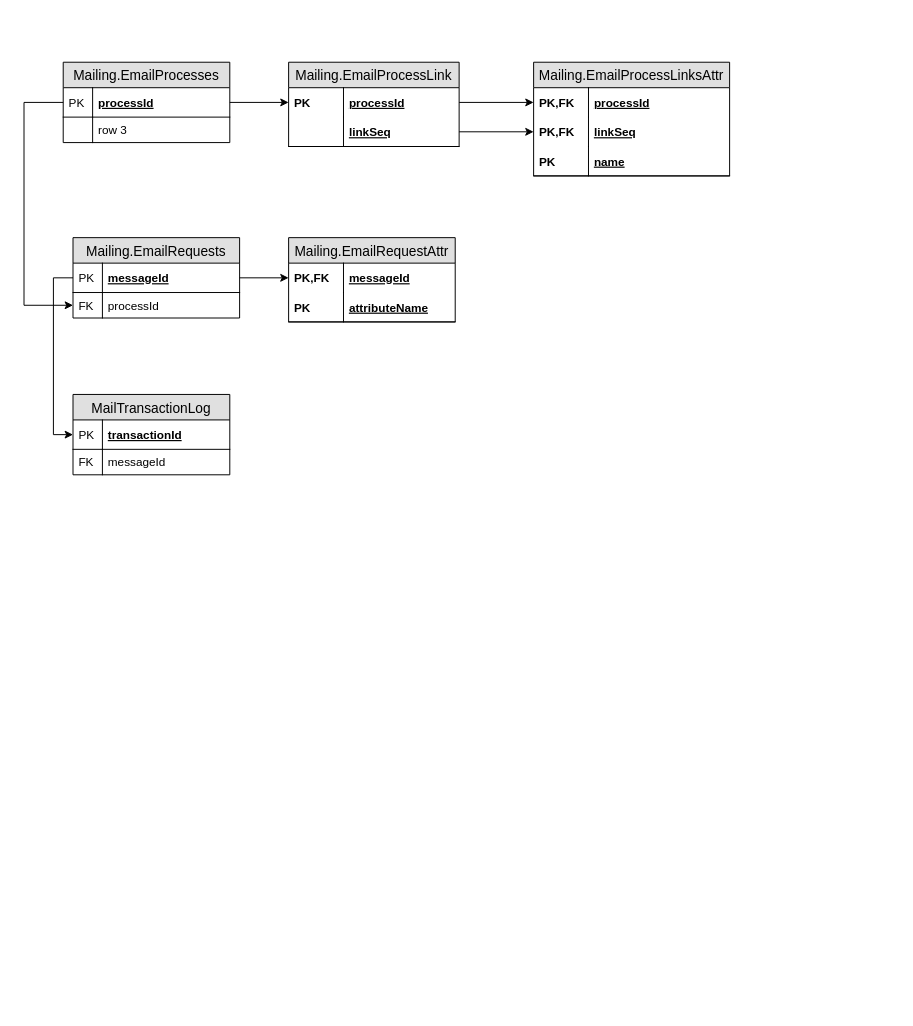
Earlier version of the draw.io diagram Untitled Diagram.drawio (eyallit/draw.io). Source tidied: cells renumbered, new cells numbered last; positions are measured from the earlier drawing's top-left corner, leaving out a move shared by most shapes. Both pictures are drawn from the tidied source at 98%, with x=0, y=0 at pixel (24, 62).
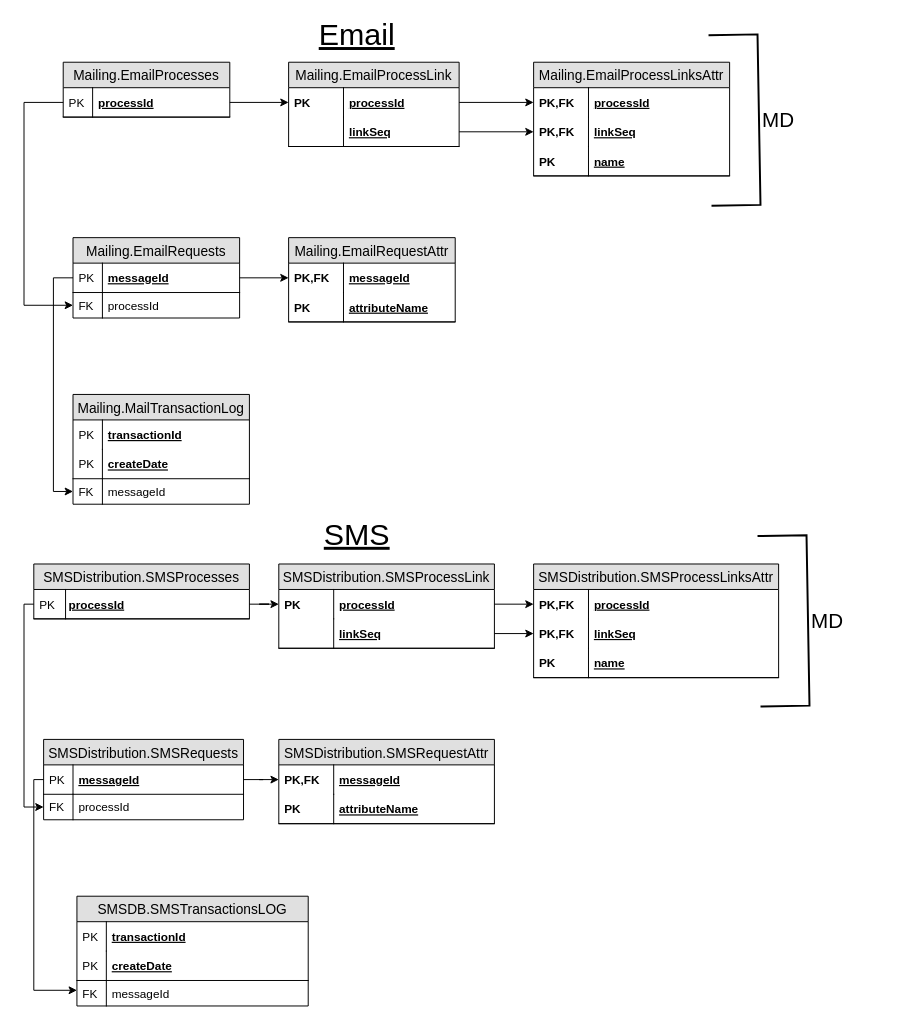
The same diagram, later.

Unchanged cells that the change refers to:
```xml
<mxCell id="23" value="messageId" style="shape=partialRectangle;top=0;left=0;right=0;bottom=1;align=left;verticalAlign=middle;fillColor=none;spacingLeft=34;spacingRight=4;overflow=hidden;points=[[0,0.5],[1,0.5]];portConstraint=eastwest;fontStyle=5;fontSize=12;" parent="22" vertex="1">
  <mxGeometry y="26" width="170" height="30" as="geometry" />
</mxCell>
```

Diff of the diagram source:
```diff
@@
     <mxCell id="2" value="Mailing.EmailProcesses" style="swimlane;fontStyle=0;horizontal=1;startSize=26;fillColor=#e0e0e0;swimlaneFillColor=#ffffff;align=center;fontSize=14;" parent="1" vertex="1">
-      <mxGeometry x="40" width="170" height="82" as="geometry" />
+      <mxGeometry x="40" width="170" height="56" as="geometry" />
     </mxCell>
@@
-    <mxCell id="5" value="row 3" style="shape=partialRectangle;top=0;left=0;right=0;bottom=0;align=left;verticalAlign=top;fillColor=none;spacingLeft=34;spacingRight=4;overflow=hidden;fontSize=12;" parent="2" vertex="1">
-      <mxGeometry y="56" width="170" height="26" as="geometry" />
-    </mxCell>
-    <mxCell id="6" style="shape=partialRectangle;top=0;left=0;bottom=0;fillColor=none;align=left;verticalAlign=top;spacingLeft=4;spacingRight=4;overflow=hidden;fontSize=12;" parent="5" vertex="1">
-      <mxGeometry width="30" height="26" as="geometry" />
-    </mxCell>
@@
-    <mxCell id="34" value="MailTransactionLog" style="swimlane;fontStyle=0;horizontal=1;startSize=26;fillColor=#e0e0e0;swimlaneFillColor=#ffffff;align=center;fontSize=14;" parent="1" vertex="1">
-      <mxGeometry x="50" y="339" width="160" height="82" as="geometry" />
+    <mxCell id="34" value="Mailing.MailTransactionLog" style="swimlane;fontStyle=0;horizontal=1;startSize=26;fillColor=#e0e0e0;swimlaneFillColor=#ffffff;align=center;fontSize=14;" parent="1" vertex="1">
+      <mxGeometry x="50" y="339" width="180" height="112" as="geometry" />
     </mxCell>
-    <mxCell id="35" value="transactionId" style="shape=partialRectangle;top=0;left=0;right=0;bottom=1;align=left;verticalAlign=middle;fillColor=none;spacingLeft=34;spacingRight=4;overflow=hidden;points=[[0,0.5],[1,0.5]];portConstraint=eastwest;fontStyle=5;fontSize=12;" parent="34" vertex="1">
-      <mxGeometry y="26" width="160" height="30" as="geometry" />
+    <mxCell id="35" value="transactionId" style="shape=partialRectangle;top=0;left=0;right=0;bottom=1;align=left;verticalAlign=middle;fillColor=none;spacingLeft=34;spacingRight=4;overflow=hidden;points=[[0,0.5],[1,0.5]];portConstraint=eastwest;fontStyle=5;fontSize=12;strokeColor=none;" parent="34" vertex="1">
+      <mxGeometry y="26" width="180" height="30" as="geometry" />
     </mxCell>
@@
+    <mxCell id="40" value="createDate" style="shape=partialRectangle;top=0;left=0;right=0;bottom=1;align=left;verticalAlign=middle;fillColor=none;spacingLeft=34;spacingRight=4;overflow=hidden;fontStyle=5;fontSize=12;" parent="34" vertex="1">
+      <mxGeometry y="56" width="180" height="30" as="geometry" />
+    </mxCell>
+    <mxCell id="41" value="PK" style="shape=partialRectangle;top=0;left=0;bottom=0;fillColor=none;align=left;verticalAlign=middle;spacingLeft=4;spacingRight=4;overflow=hidden;fontSize=12;" parent="40" vertex="1">
+      <mxGeometry width="30" height="30" as="geometry" />
+    </mxCell>
     <mxCell id="37" value="messageId" style="shape=partialRectangle;top=0;left=0;right=0;bottom=0;align=left;verticalAlign=top;fillColor=none;spacingLeft=34;spacingRight=4;overflow=hidden;points=[[0,0.5],[1,0.5]];portConstraint=eastwest;fontSize=12;" parent="34" vertex="1">
-      <mxGeometry y="56" width="160" height="26" as="geometry" />
+      <mxGeometry y="86" width="180" height="26" as="geometry" />
     </mxCell>
@@
-    <mxCell id="39" style="edgeStyle=orthogonalEdgeStyle;rounded=0;jettySize=auto;html=1;entryX=0;entryY=0.5;entryDx=0;entryDy=0;" parent="1" edge="1" source="23" target="35">
-      <mxGeometry relative="1" as="geometry" />
+    <mxCell id="39" style="edgeStyle=orthogonalEdgeStyle;rounded=0;jettySize=auto;html=1;entryX=0;entryY=0.5;entryDx=0;entryDy=0;exitX=0;exitY=0.5;exitDx=0;exitDy=0;" parent="1" edge="1" source="23" target="37">
+      <mxGeometry relative="1" as="geometry">
+        <Array as="points">
+          <mxPoint x="30" y="220" />
+          <mxPoint x="30" y="438" />
+        </Array>
+      </mxGeometry>
     </mxCell>
+    <mxCell id="42" value="SMSDistribution.SMSProcesses" style="swimlane;fontStyle=0;horizontal=1;startSize=26;fillColor=#e0e0e0;swimlaneFillColor=#ffffff;align=center;fontSize=14;" parent="1" vertex="1">
+      <mxGeometry x="10" y="512" width="220" height="56" as="geometry" />
+    </mxCell>
+    <mxCell id="43" value="processId" style="shape=partialRectangle;top=0;left=0;right=0;bottom=1;align=left;verticalAlign=middle;fillColor=none;spacingLeft=34;spacingRight=4;overflow=hidden;points=[[0,0.5],[1,0.5]];portConstraint=eastwest;fontStyle=5;fontSize=12;" parent="42" vertex="1">
+      <mxGeometry y="26" width="220" height="30" as="geometry" />
+    </mxCell>
+    <mxCell id="44" value="PK" style="shape=partialRectangle;top=0;left=0;bottom=0;fillColor=none;align=left;verticalAlign=middle;spacingLeft=4;spacingRight=4;overflow=hidden;fontSize=12;" parent="43" vertex="1">
+      <mxGeometry width="32.4" height="30" as="geometry" />
+    </mxCell>
+    <mxCell id="45" value="SMSDistribution.SMSProcessLink" style="swimlane;fontStyle=0;horizontal=1;startSize=26;fillColor=#e0e0e0;swimlaneFillColor=#ffffff;align=center;fontSize=14;" parent="1" vertex="1">
+      <mxGeometry x="260" y="512" width="220" height="86" as="geometry" />
+    </mxCell>
+    <mxCell id="46" value="processId" style="shape=partialRectangle;top=0;left=0;right=0;bottom=0;align=left;verticalAlign=middle;fillColor=none;spacingLeft=60;spacingRight=4;overflow=hidden;points=[[0,0.5],[1,0.5]];portConstraint=eastwest;fontStyle=5;fontSize=12;" parent="45" vertex="1">
+      <mxGeometry y="26" width="220" height="30" as="geometry" />
+    </mxCell>
+    <mxCell id="47" value="PK" style="shape=partialRectangle;fontStyle=1;top=0;left=0;bottom=0;fillColor=none;align=left;verticalAlign=middle;spacingLeft=4;spacingRight=4;overflow=hidden;fontSize=12;" parent="46" vertex="1">
+      <mxGeometry width="56" height="30" as="geometry" />
+    </mxCell>
+    <mxCell id="48" value="linkSeq" style="shape=partialRectangle;top=0;left=0;right=0;bottom=1;align=left;verticalAlign=middle;fillColor=none;spacingLeft=60;spacingRight=4;overflow=hidden;points=[[0,0.5],[1,0.5]];portConstraint=eastwest;fontStyle=5;fontSize=12;" parent="45" vertex="1">
+      <mxGeometry y="56" width="220" height="30" as="geometry" />
+    </mxCell>
+    <mxCell id="49" style="shape=partialRectangle;fontStyle=1;top=0;left=0;bottom=0;fillColor=none;align=left;verticalAlign=middle;spacingLeft=4;spacingRight=4;overflow=hidden;fontSize=12;" parent="48" vertex="1">
+      <mxGeometry width="56" height="30" as="geometry" />
+    </mxCell>
+    <mxCell id="50" style="edgeStyle=orthogonalEdgeStyle;rounded=0;jettySize=auto;html=1;" parent="1" edge="1" source="43" target="46">
+      <mxGeometry relative="1" as="geometry" />
+    </mxCell>
+    <mxCell id="51" value="SMSDistribution.SMSProcessLinksAttr" style="swimlane;fontStyle=0;horizontal=1;startSize=26;fillColor=#e0e0e0;swimlaneFillColor=#ffffff;align=center;fontSize=14;" parent="1" vertex="1">
+      <mxGeometry x="520" y="512" width="250" height="116" as="geometry" />
+    </mxCell>
+    <mxCell id="52" value="processId" style="shape=partialRectangle;top=0;left=0;right=0;bottom=0;align=left;verticalAlign=middle;fillColor=none;spacingLeft=60;spacingRight=4;overflow=hidden;points=[[0,0.5],[1,0.5]];portConstraint=eastwest;fontStyle=5;fontSize=12;" parent="51" vertex="1">
+      <mxGeometry y="26" width="250" height="30" as="geometry" />
+    </mxCell>
+    <mxCell id="53" value="PK,FK" style="shape=partialRectangle;fontStyle=1;top=0;left=0;bottom=0;fillColor=none;align=left;verticalAlign=middle;spacingLeft=4;spacingRight=4;overflow=hidden;fontSize=12;" parent="52" vertex="1">
+      <mxGeometry width="56" height="30" as="geometry" />
+    </mxCell>
+    <mxCell id="54" value="linkSeq" style="shape=partialRectangle;top=0;left=0;right=0;bottom=1;align=left;verticalAlign=middle;fillColor=none;spacingLeft=60;spacingRight=4;overflow=hidden;points=[[0,0.5],[1,0.5]];portConstraint=eastwest;fontStyle=5;fontSize=12;strokeColor=none;" parent="51" vertex="1">
+      <mxGeometry y="56" width="250" height="30" as="geometry" />
+    </mxCell>
+    <mxCell id="55" value="PK,FK" style="shape=partialRectangle;fontStyle=1;top=0;left=0;bottom=0;fillColor=none;align=left;verticalAlign=middle;spacingLeft=4;spacingRight=4;overflow=hidden;fontSize=12;" parent="54" vertex="1">
+      <mxGeometry width="56" height="30" as="geometry" />
+    </mxCell>
+    <mxCell id="56" value="name" style="shape=partialRectangle;top=0;left=0;right=0;bottom=1;align=left;verticalAlign=middle;fillColor=none;spacingLeft=60;spacingRight=4;overflow=hidden;fontStyle=5;fontSize=12;strokeColor=#000000;" parent="51" vertex="1">
+      <mxGeometry y="86" width="250" height="30" as="geometry" />
+    </mxCell>
+    <mxCell id="57" value="PK" style="shape=partialRectangle;fontStyle=1;top=0;left=0;bottom=0;fillColor=none;align=left;verticalAlign=middle;spacingLeft=4;spacingRight=4;overflow=hidden;fontSize=12;" parent="56" vertex="1">
+      <mxGeometry width="56" height="30" as="geometry" />
+    </mxCell>
+    <mxCell id="58" style="edgeStyle=orthogonalEdgeStyle;rounded=0;jettySize=auto;html=1;" parent="1" edge="1" source="46" target="52">
+      <mxGeometry relative="1" as="geometry" />
+    </mxCell>
+    <mxCell id="59" style="edgeStyle=orthogonalEdgeStyle;rounded=0;jettySize=auto;html=1;" parent="1" edge="1" source="48" target="54">
+      <mxGeometry relative="1" as="geometry" />
+    </mxCell>
+    <mxCell id="60" value="SMSDistribution.SMSRequests" style="swimlane;fontStyle=0;horizontal=1;startSize=26;fillColor=#e0e0e0;swimlaneFillColor=#ffffff;align=center;fontSize=14;strokeColor=#000000;" parent="1" vertex="1">
+      <mxGeometry x="20" y="691" width="204" height="82" as="geometry" />
+    </mxCell>
+    <mxCell id="61" value="messageId" style="shape=partialRectangle;top=0;left=0;right=0;bottom=1;align=left;verticalAlign=middle;fillColor=none;spacingLeft=34;spacingRight=4;overflow=hidden;points=[[0,0.5],[1,0.5]];portConstraint=eastwest;fontStyle=5;fontSize=12;" parent="60" vertex="1">
+      <mxGeometry y="26" width="204" height="30" as="geometry" />
+    </mxCell>
+    <mxCell id="62" value="PK" style="shape=partialRectangle;top=0;left=0;bottom=0;fillColor=none;align=left;verticalAlign=middle;spacingLeft=4;spacingRight=4;overflow=hidden;fontSize=12;" parent="61" vertex="1">
+      <mxGeometry width="30" height="30" as="geometry" />
+    </mxCell>
+    <mxCell id="63" value="processId" style="shape=partialRectangle;top=0;left=0;right=0;bottom=0;align=left;verticalAlign=top;fillColor=none;spacingLeft=34;spacingRight=4;overflow=hidden;points=[[0,0.5],[1,0.5]];portConstraint=eastwest;fontSize=12;" parent="60" vertex="1">
+      <mxGeometry y="56" width="204" height="26" as="geometry" />
+    </mxCell>
+    <mxCell id="64" value="FK" style="shape=partialRectangle;top=0;left=0;bottom=0;fillColor=none;align=left;verticalAlign=top;spacingLeft=4;spacingRight=4;overflow=hidden;fontSize=12;" parent="63" vertex="1">
+      <mxGeometry width="30" height="26" as="geometry" />
+    </mxCell>
+    <mxCell id="65" style="edgeStyle=orthogonalEdgeStyle;rounded=0;jettySize=auto;html=1;" parent="1" edge="1" source="43" target="63">
+      <mxGeometry relative="1" as="geometry">
+        <Array as="points">
+          <mxPoint y="553" />
+          <mxPoint y="760" />
+        </Array>
+      </mxGeometry>
+    </mxCell>
+    <mxCell id="66" value="SMSDistribution.SMSRequestAttr" style="swimlane;fontStyle=0;horizontal=1;startSize=26;fillColor=#e0e0e0;swimlaneFillColor=#ffffff;align=center;fontSize=14;strokeColor=#000000;" parent="1" vertex="1">
+      <mxGeometry x="260" y="691" width="220" height="86" as="geometry" />
+    </mxCell>
+    <mxCell id="67" value="messageId" style="shape=partialRectangle;top=0;left=0;right=0;bottom=0;align=left;verticalAlign=middle;fillColor=none;spacingLeft=60;spacingRight=4;overflow=hidden;points=[[0,0.5],[1,0.5]];portConstraint=eastwest;fontStyle=5;fontSize=12;" parent="66" vertex="1">
+      <mxGeometry y="26" width="220" height="30" as="geometry" />
+    </mxCell>
+    <mxCell id="68" value="PK,FK" style="shape=partialRectangle;fontStyle=1;top=0;left=0;bottom=0;fillColor=none;align=left;verticalAlign=middle;spacingLeft=4;spacingRight=4;overflow=hidden;fontSize=12;" parent="67" vertex="1">
+      <mxGeometry width="56" height="30" as="geometry" />
+    </mxCell>
+    <mxCell id="69" value="attributeName" style="shape=partialRectangle;top=0;left=0;right=0;bottom=1;align=left;verticalAlign=middle;fillColor=none;spacingLeft=60;spacingRight=4;overflow=hidden;fontStyle=5;fontSize=12;" parent="66" vertex="1">
+      <mxGeometry y="56" width="220" height="30" as="geometry" />
+    </mxCell>
+    <mxCell id="70" value="PK" style="shape=partialRectangle;fontStyle=1;top=0;left=0;bottom=0;fillColor=none;align=left;verticalAlign=middle;spacingLeft=4;spacingRight=4;overflow=hidden;fontSize=12;" parent="69" vertex="1">
+      <mxGeometry width="56" height="30" as="geometry" />
+    </mxCell>
+    <mxCell id="71" style="edgeStyle=orthogonalEdgeStyle;rounded=0;jettySize=auto;html=1;" parent="1" edge="1" source="61" target="67">
+      <mxGeometry relative="1" as="geometry" />
+    </mxCell>
+    <mxCell id="72" value="SMSDB.SMSTransactionsLOG" style="swimlane;fontStyle=0;horizontal=1;startSize=26;fillColor=#e0e0e0;swimlaneFillColor=#ffffff;align=center;fontSize=14;" parent="1" vertex="1">
+      <mxGeometry x="54" y="851" width="236" height="112" as="geometry" />
+    </mxCell>
+    <mxCell id="73" value="transactionId" style="shape=partialRectangle;top=0;left=0;right=0;bottom=1;align=left;verticalAlign=middle;fillColor=none;spacingLeft=34;spacingRight=4;overflow=hidden;fontStyle=5;fontSize=12;strokeColor=none;" parent="72" vertex="1">
+      <mxGeometry y="26" width="236" height="30" as="geometry" />
+    </mxCell>
+    <mxCell id="74" value="PK" style="shape=partialRectangle;top=0;left=0;bottom=0;fillColor=none;align=left;verticalAlign=middle;spacingLeft=4;spacingRight=4;overflow=hidden;fontSize=12;" parent="73" vertex="1">
+      <mxGeometry width="30" height="30" as="geometry" />
+    </mxCell>
+    <mxCell id="75" value="createDate" style="shape=partialRectangle;top=0;left=0;right=0;bottom=1;align=left;verticalAlign=middle;fillColor=none;spacingLeft=34;spacingRight=4;overflow=hidden;fontStyle=5;fontSize=12;" parent="72" vertex="1">
+      <mxGeometry y="56" width="236" height="30" as="geometry" />
+    </mxCell>
+    <mxCell id="76" value="PK" style="shape=partialRectangle;top=0;left=0;bottom=0;fillColor=none;align=left;verticalAlign=middle;spacingLeft=4;spacingRight=4;overflow=hidden;fontSize=12;" parent="75" vertex="1">
+      <mxGeometry width="30" height="30" as="geometry" />
+    </mxCell>
+    <mxCell id="77" value="messageId" style="shape=partialRectangle;top=0;left=0;right=0;bottom=0;align=left;verticalAlign=top;fillColor=none;spacingLeft=34;spacingRight=4;overflow=hidden;fontSize=12;" parent="72" vertex="1">
+      <mxGeometry y="86" width="236" height="26" as="geometry" />
+    </mxCell>
+    <mxCell id="78" value="FK" style="shape=partialRectangle;top=0;left=0;bottom=0;fillColor=none;align=left;verticalAlign=top;spacingLeft=4;spacingRight=4;overflow=hidden;fontSize=12;" parent="77" vertex="1">
+      <mxGeometry width="30" height="26" as="geometry" />
+    </mxCell>
+    <mxCell id="79" style="edgeStyle=orthogonalEdgeStyle;rounded=0;jettySize=auto;html=1;exitX=0;exitY=0.5;exitDx=0;exitDy=0;" parent="1" edge="1" source="61">
+      <mxGeometry relative="1" as="geometry">
+        <mxPoint x="54" y="947" as="targetPoint" />
+        <Array as="points">
+          <mxPoint x="10" y="732" />
+          <mxPoint x="10" y="947" />
+        </Array>
+      </mxGeometry>
+    </mxCell>
+    <mxCell id="80" value="Email" style="text;html=1;strokeColor=none;fillColor=none;align=center;verticalAlign=middle;whiteSpace=wrap;rounded=0;fontSize=31;fontStyle=4;" parent="1" vertex="1">
+      <mxGeometry x="270" y="-43" width="140" height="30" as="geometry" />
+    </mxCell>
+    <mxCell id="81" value="SMS" style="text;html=1;strokeColor=none;fillColor=none;align=center;verticalAlign=middle;whiteSpace=wrap;rounded=0;fontSize=31;fontStyle=4;" parent="1" vertex="1">
+      <mxGeometry x="270" y="467" width="140" height="30" as="geometry" />
+    </mxCell>
+    <mxCell id="82" style="strokeWidth=2;html=1;shape=mxgraph.flowchart.annotation_1;align=left;fontSize=31;rotation=179;" parent="1" vertex="1">
+      <mxGeometry x="700" y="-28" width="50" height="174" as="geometry" />
+    </mxCell>
+    <mxCell id="83" value="MD" style="text;html=1;strokeColor=none;fillColor=none;align=center;verticalAlign=middle;whiteSpace=wrap;rounded=0;fontSize=21;fontStyle=0;" parent="1" vertex="1">
+      <mxGeometry x="700" y="44" width="140" height="30" as="geometry" />
+    </mxCell>
+    <mxCell id="84" style="strokeWidth=2;html=1;shape=mxgraph.flowchart.annotation_1;align=left;fontSize=31;rotation=179;" parent="1" vertex="1">
+      <mxGeometry x="750" y="483" width="50" height="174" as="geometry" />
+    </mxCell>
+    <mxCell id="85" value="MD" style="text;html=1;strokeColor=none;fillColor=none;align=center;verticalAlign=middle;whiteSpace=wrap;rounded=0;fontSize=21;fontStyle=0;" parent="1" vertex="1">
+      <mxGeometry x="750" y="555" width="140" height="30" as="geometry" />
+    </mxCell>
```
